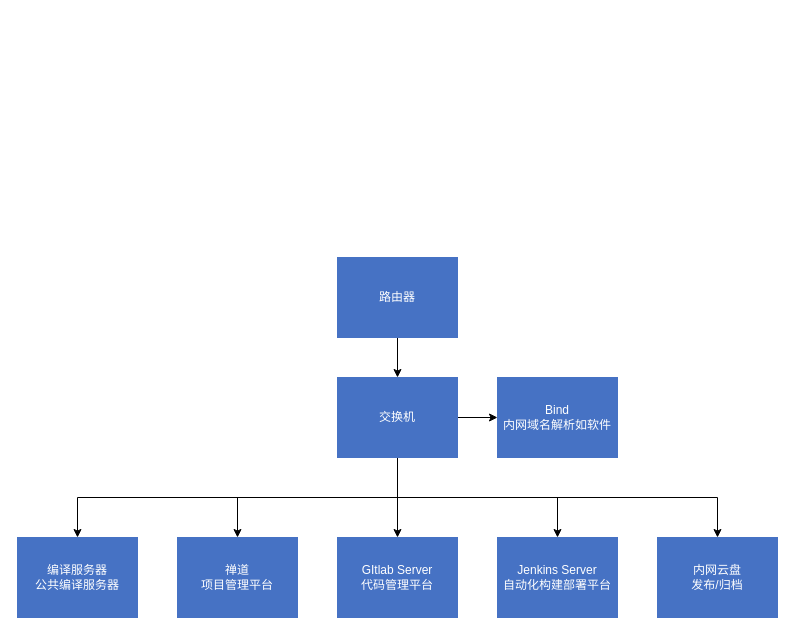
Above: 内网架构.drawio in hyyoxhk/hyyoxhk (draw.io), before the change. Source tidied: cells renumbered, new cells numbered last; positions are measured from the earlier drawing's top-left corner, leaving out a move shared by most shapes. Both pictures are drawn from the tidied source at 100%, with x=0, y=0 at pixel (17, 257).
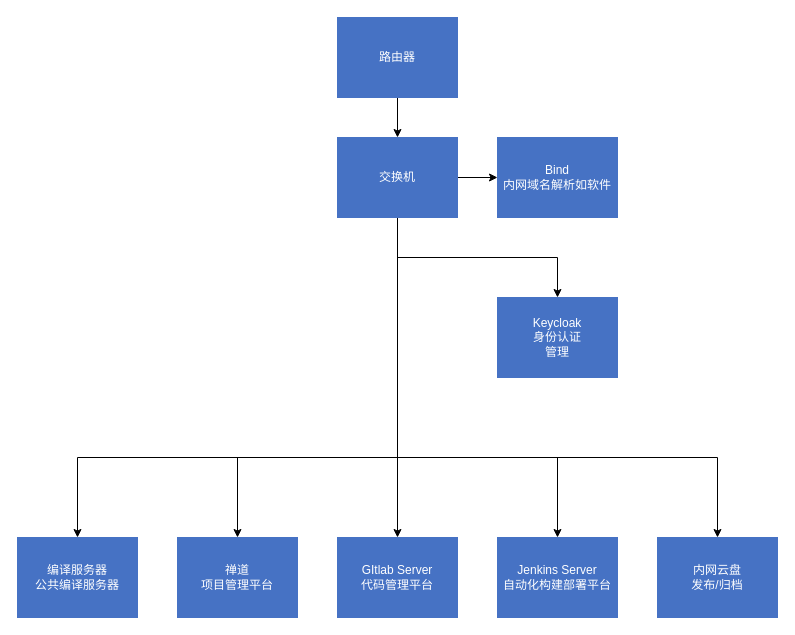
The same page after the edit.

Commit message:
更新内网架构.drawio

The change refers to these unchanged cells:
```xml
<mxCell id="11" value="禅道&lt;br&gt;项目管理平台" style="rounded=0;whiteSpace=wrap;html=1;fillColor=light-dark(#4672c4, #198cc4);fontColor=#ffffff;strokeColor=light-dark(#4672c4, #51afe7);" parent="1" vertex="1">
  <mxGeometry x="160" y="280" width="120" height="80" as="geometry" />
</mxCell>
<mxCell id="14" value="&lt;div&gt;Jenkins Server&lt;/div&gt;自动化构建部署平台" style="rounded=0;whiteSpace=wrap;html=1;fillColor=light-dark(#4672c4, #198cc4);fontColor=#ffffff;strokeColor=light-dark(#4672c4, #51afe7);" parent="1" vertex="1">
  <mxGeometry x="480" y="280" width="120" height="80" as="geometry" />
</mxCell>
<mxCell id="15" value="内网云盘&lt;div&gt;发布/归档&lt;/div&gt;" style="rounded=0;whiteSpace=wrap;html=1;fillColor=light-dark(#4672c4, #198cc4);fontColor=#ffffff;strokeColor=light-dark(#4672c4, #51afe7);" parent="1" vertex="1">
  <mxGeometry x="640" y="280" width="120" height="80" as="geometry" />
</mxCell>
<mxCell id="16" value="编译服务器&lt;br&gt;公共编译服务器" style="rounded=0;whiteSpace=wrap;html=1;fillColor=light-dark(#4672c4, #198cc4);fontColor=#ffffff;strokeColor=light-dark(#4672c4, #51afe7);" parent="1" vertex="1">
  <mxGeometry y="280" width="120" height="80" as="geometry" />
</mxCell>
```

What changed in the source:
```diff
@@
     <mxCell id="3" value="路由器" style="rounded=0;whiteSpace=wrap;html=1;fillColor=light-dark(#4672c4, #198cc4);fontColor=#ffffff;strokeColor=light-dark(#4672c4, #51afe7);" parent="1" vertex="1">
-      <mxGeometry x="320" width="120" height="80" as="geometry" />
+      <mxGeometry x="320" y="-240" width="120" height="80" as="geometry" />
     </mxCell>
@@
     <mxCell id="6" style="edgeStyle=elbowEdgeStyle;rounded=0;jettySize=auto;elbow=vertical;html=1;" parent="1" edge="1" source="10" target="16">
-      <mxGeometry relative="1" as="geometry" />
+      <mxGeometry relative="1" as="geometry">
+        <Array as="points">
+          <mxPoint x="220" y="200" />
+        </Array>
+      </mxGeometry>
     </mxCell>
     <mxCell id="7" style="edgeStyle=elbowEdgeStyle;rounded=0;jettySize=auto;elbow=vertical;html=1;" parent="1" edge="1" source="10" target="14">
-      <mxGeometry relative="1" as="geometry" />
+      <mxGeometry relative="1" as="geometry">
+        <Array as="points">
+          <mxPoint x="450" y="200" />
+        </Array>
+      </mxGeometry>
     </mxCell>
     <mxCell id="8" style="edgeStyle=elbowEdgeStyle;rounded=0;jettySize=auto;elbow=vertical;html=1;" parent="1" edge="1" source="10" target="15">
-      <mxGeometry relative="1" as="geometry" />
+      <mxGeometry relative="1" as="geometry">
+        <Array as="points">
+          <mxPoint x="540" y="200" />
+        </Array>
+      </mxGeometry>
     </mxCell>
     <mxCell id="9" style="edgeStyle=elbowEdgeStyle;rounded=0;jettySize=auto;elbow=vertical;html=1;" parent="1" edge="1" source="10" target="11">
-      <mxGeometry relative="1" as="geometry" />
+      <mxGeometry relative="1" as="geometry">
+        <Array as="points">
+          <mxPoint x="300" y="200" />
+        </Array>
+      </mxGeometry>
     </mxCell>
+    <mxCell id="17" style="edgeStyle=elbowEdgeStyle;rounded=0;jettySize=auto;elbow=vertical;html=1;" parent="1" edge="1" source="10" target="18">
+      <mxGeometry relative="1" as="geometry" />
+    </mxCell>
     <mxCell id="10" value="交换机" style="rounded=0;whiteSpace=wrap;html=1;fillColor=light-dark(#4672c4, #198cc4);fontColor=#ffffff;strokeColor=light-dark(#4672c4, #51afe7);" parent="1" vertex="1">
-      <mxGeometry x="320" y="120" width="120" height="80" as="geometry" />
+      <mxGeometry x="320" y="-120" width="120" height="80" as="geometry" />
     </mxCell>
@@
     <mxCell id="13" value="Bind&lt;div&gt;内网域名解析如软件&lt;/div&gt;" style="rounded=0;whiteSpace=wrap;html=1;fillColor=light-dark(#4672c4, #198cc4);fontColor=#ffffff;strokeColor=light-dark(#4672c4, #51afe7);" parent="1" vertex="1">
-      <mxGeometry x="480" y="120" width="120" height="80" as="geometry" />
+      <mxGeometry x="480" y="-120" width="120" height="80" as="geometry" />
     </mxCell>
@@
+    <mxCell id="18" value="Keycloak&lt;div&gt;身份认证&lt;/div&gt;&lt;div&gt;管理&lt;/div&gt;" style="rounded=0;whiteSpace=wrap;html=1;fillColor=light-dark(#4672c4, #198cc4);fontColor=#ffffff;strokeColor=light-dark(#4672c4, #51afe7);" parent="1" vertex="1">
+      <mxGeometry x="480" y="40" width="120" height="80" as="geometry" />
+    </mxCell>
```
